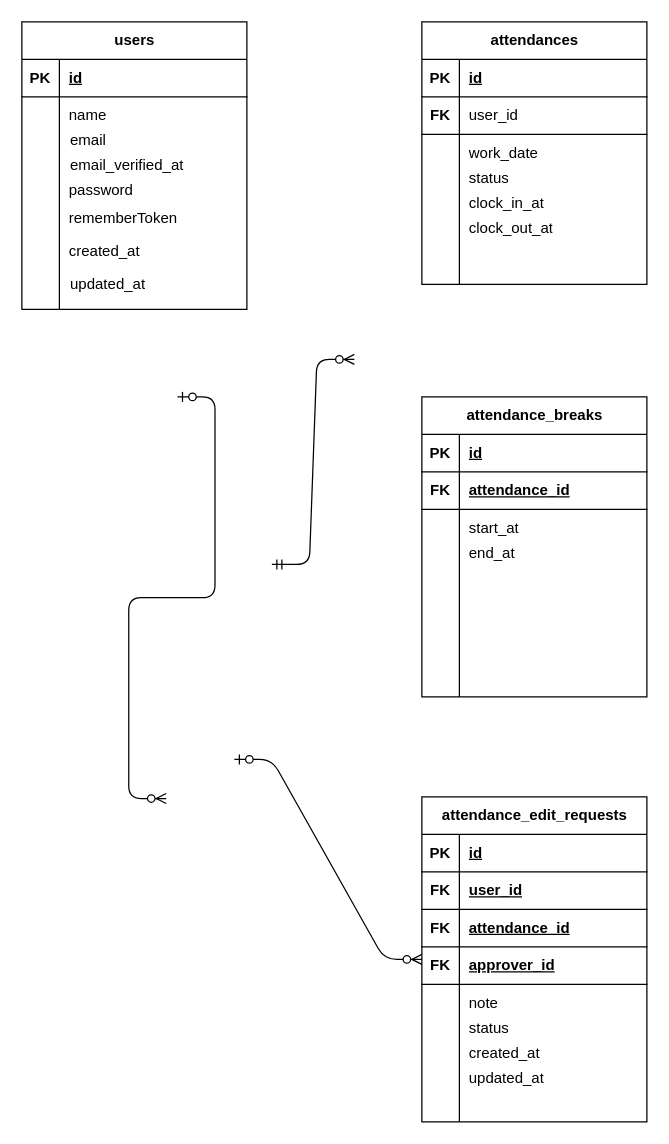
Before: er.drawio in hmgit-git/mogi02, a draw.io diagram. Source tidied: cells renumbered, new cells numbered last; positions are measured from the earlier drawing's top-left corner, leaving out a move shared by most shapes. Both pictures are drawn from the tidied source at 125%, with x=0, y=0 at pixel (-234, 21).
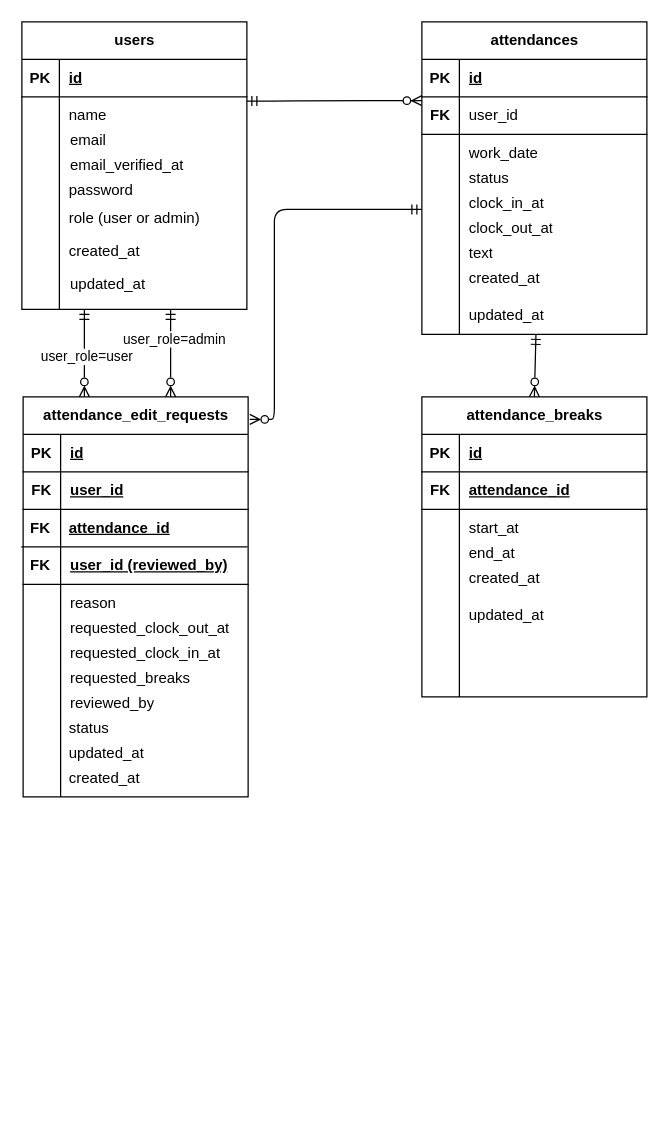
The same page after the edit.

The change refers to these unchanged cells:
```xml
<mxCell id="9" style="shape=tableRow;horizontal=0;startSize=0;swimlaneHead=0;swimlaneBody=0;fillColor=none;points=[[0,0.5],[1,0.5]];portConstraint=eastwest;top=0;left=0;right=0;bottom=0;" parent="5" vertex="1">
  <mxGeometry y="60" width="180" height="30" as="geometry" />
</mxCell>
```

Diff of the diagram source:
```diff
@@
-    <mxCell id="2" style="edgeStyle=entityRelationEdgeStyle;fontSize=12;html=1;endArrow=ERzeroToMany;startArrow=ERmandOne;entryX=-0.022;entryY=0.284;entryDx=0;entryDy=0;entryPerimeter=0;exitX=1;exitY=0.725;exitDx=0;exitDy=0;exitPerimeter=0;startFill=0;" parent="1" edge="1">
+    <mxCell id="2" style="edgeStyle=entityRelationEdgeStyle;fontSize=12;html=1;endArrow=ERzeroToMany;startArrow=ERmandOne;entryX=-0.022;entryY=0.284;entryDx=0;entryDy=0;entryPerimeter=0;exitX=1;exitY=0.111;exitDx=0;exitDy=0;exitPerimeter=0;startFill=0;" parent="1" edge="1" source="9">
       <mxGeometry relative="1" as="geometry">
-        <mxPoint x="404" y="434" as="sourcePoint" />
-        <mxPoint x="470" y="270" as="targetPoint" />
+        <mxPoint x="524" y="63" as="targetPoint" />
         <Array as="points">
-          <mxPoint x="454" y="296" />
+          <mxPoint x="434" y="90" />
+          <mxPoint x="508" y="89" />
         </Array>
       </mxGeometry>
     </mxCell>
-    <mxCell id="3" style="edgeStyle=entityRelationEdgeStyle;fontSize=12;html=1;endArrow=ERzeroToMany;startArrow=ERzeroToOne;exitX=1.056;exitY=0.579;exitDx=0;exitDy=0;exitPerimeter=0;" parent="1" edge="1">
-      <mxGeometry relative="1" as="geometry">
-        <mxPoint x="328.5" y="300" as="sourcePoint" />
-        <mxPoint x="319.5" y="621.3" as="targetPoint" />
-        <Array as="points">
-          <mxPoint x="369.5" y="475" />
-          <mxPoint x="358.5" y="446.3" />
-          <mxPoint x="218.5" y="430" />
-          <mxPoint x="398.5" y="546.3" />
-          <mxPoint x="238.5" y="400" />
-        </Array>
-      </mxGeometry>
-    </mxCell>
-    <mxCell id="4" style="edgeStyle=entityRelationEdgeStyle;fontSize=12;html=1;endArrow=ERzeroToMany;startArrow=ERzeroToOne;exitX=0.957;exitY=1.007;exitDx=0;exitDy=0;exitPerimeter=0;" parent="1" edge="1" target="69">
+    <mxCell id="4" style="edgeStyle=orthogonalEdgeStyle;fontSize=12;html=1;endArrow=ERzeroToMany;startArrow=ERmandOne;exitX=-0.007;exitY=0.311;exitDx=0;exitDy=0;exitPerimeter=0;endFill=0;startFill=0;" parent="1" edge="1">
       <mxGeometry relative="1" as="geometry">
-        <mxPoint x="374" y="590" as="sourcePoint" />
+        <mxPoint x="524" y="150" as="sourcePoint" />
+        <mxPoint x="386.3" y="318" as="targetPoint" />
         <Array as="points">
-          <mxPoint x="150.7" y="694.4" />
-          <mxPoint x="139.7" y="665.7" />
-          <mxPoint x="-0.3" y="649.4" />
-          <mxPoint x="80.7" y="659.4" />
-          <mxPoint x="350.7" y="634.4" />
-          <mxPoint x="179.7" y="765.7" />
-          <mxPoint x="19.7" y="619.4" />
+          <mxPoint x="406" y="150" />
+          <mxPoint x="406" y="318" />
         </Array>
       </mxGeometry>
     </mxCell>
@@
     <mxCell id="18" value="attendances" style="shape=table;startSize=30;childLayout=tableLayout;rowLines=0;fontStyle=1;align=center;html=1;" parent="1" vertex="1">
-      <mxGeometry x="524" width="180" height="210" as="geometry" />
+      <mxGeometry x="524" width="180" height="250" as="geometry" />
     </mxCell>
@@
     <mxCell id="28" style="shape=tableRow;horizontal=0;startSize=0;swimlaneHead=0;swimlaneBody=0;fillColor=none;points=[[0,0.5],[1,0.5]];portConstraint=eastwest;top=0;left=0;right=0;bottom=0;" parent="18" vertex="1">
-      <mxGeometry y="120" width="180" height="90" as="geometry" />
+      <mxGeometry y="120" width="180" height="130" as="geometry" />
     </mxCell>
     <mxCell id="29" style="shape=partialRectangle;fillColor=none;top=0;left=0;bottom=0;right=0;overflow=hidden;whiteSpace=wrap;html=1;" parent="28" vertex="1">
-      <mxGeometry width="30" height="90" as="geometry" />
+      <mxGeometry width="30" height="130" as="geometry" />
     </mxCell>
     <mxCell id="30" style="shape=partialRectangle;fillColor=none;top=0;left=0;bottom=0;right=0;align=left;spacingLeft=6;overflow=hidden;whiteSpace=wrap;html=1;" parent="28" vertex="1">
-      <mxGeometry x="30" width="150" height="90" as="geometry" />
+      <mxGeometry x="30" width="150" height="130" as="geometry" />
     </mxCell>
@@
-    <mxCell id="50" style="shape=partialRectangle;fillColor=none;top=0;left=0;bottom=0;right=0;align=left;spacingLeft=6;overflow=hidden;whiteSpace=wrap;html=1;" parent="1" vertex="1">
+    <mxCell id="50" value="text" style="shape=partialRectangle;fillColor=none;top=0;left=0;bottom=0;right=0;align=left;spacingLeft=6;overflow=hidden;whiteSpace=wrap;html=1;" parent="1" vertex="1">
       <mxGeometry x="554" y="170" width="150" height="30" as="geometry" />
     </mxCell>
-    <mxCell id="51" value="rememberToken" style="shape=partialRectangle;fillColor=none;top=0;left=0;bottom=0;right=0;align=left;spacingLeft=6;overflow=hidden;whiteSpace=wrap;html=1;" parent="1" vertex="1">
+    <mxCell id="51" value="role (user or admin)" style="shape=partialRectangle;fillColor=none;top=0;left=0;bottom=0;right=0;align=left;spacingLeft=6;overflow=hidden;whiteSpace=wrap;html=1;" parent="1" vertex="1">
       <mxGeometry x="234" y="137" width="150" height="40" as="geometry" />
     </mxCell>
@@
     <mxCell id="69" value="attendance_edit_requests" style="shape=table;startSize=30;childLayout=tableLayout;rowLines=0;fontStyle=1;align=center;html=1;" parent="1" vertex="1">
-      <mxGeometry x="524" y="620" width="180" height="260" as="geometry" />
+      <mxGeometry x="205" y="300" width="180" height="320" as="geometry" />
     </mxCell>
@@
     <mxCell id="79" style="shape=tableRow;horizontal=0;startSize=0;swimlaneHead=0;swimlaneBody=0;fillColor=none;top=0;left=0;right=0;bottom=0;" parent="69" vertex="1">
-      <mxGeometry y="120" width="180" height="140" as="geometry" />
+      <mxGeometry y="120" width="180" height="200" as="geometry" />
     </mxCell>
     <mxCell id="80" style="shape=partialRectangle;fillColor=none;top=0;left=0;bottom=0;right=0;overflow=hidden;whiteSpace=wrap;html=1;" parent="79" vertex="1">
-      <mxGeometry width="30" height="140" as="geometry" />
+      <mxGeometry width="30" height="200" as="geometry" />
     </mxCell>
     <mxCell id="81" style="shape=partialRectangle;fillColor=none;top=0;left=0;bottom=0;right=0;align=left;spacingLeft=6;overflow=hidden;whiteSpace=wrap;html=1;" parent="79" vertex="1">
-      <mxGeometry x="30" width="150" height="140" as="geometry" />
+      <mxGeometry x="30" width="150" height="200" as="geometry" />
     </mxCell>
     <mxCell id="82" value="created_at" style="shape=partialRectangle;fillColor=none;top=0;left=0;bottom=0;right=0;align=left;spacingLeft=6;overflow=hidden;whiteSpace=wrap;html=1;" parent="1" vertex="1">
-      <mxGeometry x="554" y="810" width="150" height="30" as="geometry" />
+      <mxGeometry x="234" y="590" width="150" height="30" as="geometry" />
     </mxCell>
     <mxCell id="83" value="status" style="shape=partialRectangle;fillColor=none;top=0;left=0;bottom=0;right=0;align=left;spacingLeft=6;overflow=hidden;whiteSpace=wrap;html=1;" parent="1" vertex="1">
-      <mxGeometry x="554" y="790" width="150" height="30" as="geometry" />
+      <mxGeometry x="234" y="550" width="150" height="30" as="geometry" />
     </mxCell>
-    <mxCell id="84" value="note" style="shape=partialRectangle;fillColor=none;top=0;left=0;bottom=0;right=0;align=left;spacingLeft=6;overflow=hidden;whiteSpace=wrap;html=1;" parent="1" vertex="1">
-      <mxGeometry x="554" y="770" width="150" height="30" as="geometry" />
+    <mxCell id="84" value="reason" style="shape=partialRectangle;fillColor=none;top=0;left=0;bottom=0;right=0;align=left;spacingLeft=6;overflow=hidden;whiteSpace=wrap;html=1;" parent="1" vertex="1">
+      <mxGeometry x="235" y="450" width="150" height="30" as="geometry" />
     </mxCell>
     <mxCell id="85" style="shape=tableRow;horizontal=0;startSize=0;swimlaneHead=0;swimlaneBody=0;fillColor=none;top=0;left=0;right=0;bottom=1;" parent="1" vertex="1">
-      <mxGeometry x="524" y="680" width="180" height="30" as="geometry" />
+      <mxGeometry x="205" y="360" width="180" height="30" as="geometry" />
     </mxCell>
@@
-    <mxCell id="87" value="user_id" style="shape=partialRectangle;fillColor=none;top=0;left=0;bottom=0;right=0;align=left;spacingLeft=6;fontStyle=5;overflow=hidden;whiteSpace=wrap;html=1;" parent="85" vertex="1">
-      <mxGeometry x="30" width="150" height="30" as="geometry" />
-    </mxCell>
     <mxCell id="88" style="shape=tableRow;horizontal=0;startSize=0;swimlaneHead=0;swimlaneBody=0;fillColor=none;top=0;left=0;right=0;bottom=1;" parent="1" vertex="1">
-      <mxGeometry x="524" y="710" width="180" height="30" as="geometry" />
+      <mxGeometry x="204" y="390" width="180" height="30" as="geometry" />
     </mxCell>
@@
-    <mxCell id="90" value="attendance_id" style="shape=partialRectangle;fillColor=none;top=0;left=0;bottom=0;right=0;align=left;spacingLeft=6;fontStyle=5;overflow=hidden;whiteSpace=wrap;html=1;" parent="88" vertex="1">
-      <mxGeometry x="30" width="150" height="30" as="geometry" />
-    </mxCell>
     <mxCell id="91" style="shape=tableRow;horizontal=0;startSize=0;swimlaneHead=0;swimlaneBody=0;fillColor=none;top=0;left=0;right=0;bottom=1;" parent="1" vertex="1">
-      <mxGeometry x="524" y="740" width="180" height="30" as="geometry" />
+      <mxGeometry x="205" y="420" width="180" height="30" as="geometry" />
     </mxCell>
-    <mxCell id="92" value="FK" style="shape=partialRectangle;fillColor=none;top=0;left=0;bottom=0;right=0;fontStyle=1;overflow=hidden;whiteSpace=wrap;html=1;" parent="91" vertex="1">
-      <mxGeometry width="30" height="30" as="geometry" />
-    </mxCell>
-    <mxCell id="93" value="approver_id" style="shape=partialRectangle;fillColor=none;top=0;left=0;bottom=0;right=0;align=left;spacingLeft=6;fontStyle=5;overflow=hidden;whiteSpace=wrap;html=1;" parent="91" vertex="1">
+    <mxCell id="93" value="user_id (reviewed_by)" style="shape=partialRectangle;fillColor=none;top=0;left=0;bottom=0;right=0;align=left;spacingLeft=6;fontStyle=5;overflow=hidden;whiteSpace=wrap;html=1;" parent="91" vertex="1">
       <mxGeometry x="30" width="150" height="30" as="geometry" />
     </mxCell>
     <mxCell id="94" value="updated_at" style="shape=partialRectangle;fillColor=none;top=0;left=0;bottom=0;right=0;align=left;spacingLeft=6;overflow=hidden;whiteSpace=wrap;html=1;" parent="1" vertex="1">
-      <mxGeometry x="554" y="830" width="150" height="30" as="geometry" />
+      <mxGeometry x="234" y="570" width="150" height="30" as="geometry" />
     </mxCell>
+    <mxCell id="95" value="requested_clock_in_at" style="shape=partialRectangle;fillColor=none;top=0;left=0;bottom=0;right=0;align=left;spacingLeft=6;overflow=hidden;whiteSpace=wrap;html=1;" parent="1" vertex="1">
+      <mxGeometry x="235" y="490" width="150" height="30" as="geometry" />
+    </mxCell>
+    <mxCell id="96" value="requested_clock_out_at" style="shape=partialRectangle;fillColor=none;top=0;left=0;bottom=0;right=0;align=left;spacingLeft=6;overflow=hidden;whiteSpace=wrap;html=1;" parent="1" vertex="1">
+      <mxGeometry x="235" y="470" width="150" height="30" as="geometry" />
+    </mxCell>
+    <mxCell id="97" value="requested_breaks" style="shape=partialRectangle;fillColor=none;top=0;left=0;bottom=0;right=0;align=left;spacingLeft=6;overflow=hidden;whiteSpace=wrap;html=1;" parent="1" vertex="1">
+      <mxGeometry x="235" y="510" width="150" height="30" as="geometry" />
+    </mxCell>
+    <mxCell id="98" value="reviewed_by" style="shape=partialRectangle;fillColor=none;top=0;left=0;bottom=0;right=0;align=left;spacingLeft=6;overflow=hidden;whiteSpace=wrap;html=1;" parent="1" vertex="1">
+      <mxGeometry x="235" y="530" width="150" height="30" as="geometry" />
+    </mxCell>
+    <mxCell id="99" style="fontSize=12;html=1;endArrow=ERmandOne;endFill=0;startArrow=ERzeroToMany;startFill=0;entryX=0.507;entryY=1;entryDx=0;entryDy=0;entryPerimeter=0;" parent="1" edge="1" target="28">
+      <mxGeometry relative="1" as="geometry">
+        <mxPoint x="614" y="300" as="sourcePoint" />
+      </mxGeometry>
+    </mxCell>
+    <mxCell id="87" value="user_id" style="shape=partialRectangle;fillColor=none;top=0;left=0;bottom=0;right=0;align=left;spacingLeft=6;fontStyle=5;overflow=hidden;whiteSpace=wrap;html=1;" parent="1" vertex="1">
+      <mxGeometry x="235" y="360" width="150" height="30" as="geometry" />
+    </mxCell>
+    <mxCell id="90" value="attendance_id" style="shape=partialRectangle;fillColor=none;top=0;left=0;bottom=0;right=0;align=left;spacingLeft=6;fontStyle=5;overflow=hidden;whiteSpace=wrap;html=1;" parent="1" vertex="1">
+      <mxGeometry x="234" y="390" width="150" height="30" as="geometry" />
+    </mxCell>
+    <mxCell id="92" value="FK" style="shape=partialRectangle;fillColor=none;top=0;left=0;bottom=0;right=0;fontStyle=1;overflow=hidden;whiteSpace=wrap;html=1;" parent="1" vertex="1">
+      <mxGeometry x="204" y="420" width="30" height="30" as="geometry" />
+    </mxCell>
+    <mxCell id="100" style="fontSize=12;html=1;endArrow=ERmandOne;endFill=0;startArrow=ERzeroToMany;startFill=0;" parent="1" edge="1">
+      <mxGeometry relative="1" as="geometry">
+        <mxPoint x="254" y="300" as="sourcePoint" />
+        <mxPoint x="254" y="230" as="targetPoint" />
+      </mxGeometry>
+    </mxCell>
+    <mxCell id="101" value="user_role=user" style="edgeLabel;html=1;align=center;verticalAlign=middle;" parent="100" vertex="1">
+      <mxGeometry x="-0.07" y="-1" relative="1" as="geometry" />
+    </mxCell>
+    <mxCell id="102" style="fontSize=12;html=1;endArrow=ERmandOne;endFill=0;startArrow=ERzeroToMany;startFill=0;" parent="1" edge="1">
+      <mxGeometry relative="1" as="geometry">
+        <mxPoint x="323" y="300" as="sourcePoint" />
+        <mxPoint x="323" y="230" as="targetPoint" />
+      </mxGeometry>
+    </mxCell>
+    <mxCell id="103" value="user_role=admin" style="edgeLabel;html=1;align=center;verticalAlign=middle;" parent="102" vertex="1">
+      <mxGeometry x="0.33" y="-2" relative="1" as="geometry" />
+    </mxCell>
+    <mxCell id="104" value="created_at" style="shape=partialRectangle;fillColor=none;top=0;left=0;bottom=0;right=0;align=left;spacingLeft=6;overflow=hidden;whiteSpace=wrap;html=1;" parent="1" vertex="1">
+      <mxGeometry x="554" y="190" width="150" height="30" as="geometry" />
+    </mxCell>
+    <mxCell id="105" value="updated_at" style="shape=partialRectangle;fillColor=none;top=0;left=0;bottom=0;right=0;align=left;spacingLeft=6;overflow=hidden;whiteSpace=wrap;html=1;" parent="1" vertex="1">
+      <mxGeometry x="554" y="220" width="150" height="30" as="geometry" />
+    </mxCell>
+    <mxCell id="106" value="created_at" style="shape=partialRectangle;fillColor=none;top=0;left=0;bottom=0;right=0;align=left;spacingLeft=6;overflow=hidden;whiteSpace=wrap;html=1;" parent="1" vertex="1">
+      <mxGeometry x="554" y="430" width="150" height="30" as="geometry" />
+    </mxCell>
+    <mxCell id="107" value="updated_at" style="shape=partialRectangle;fillColor=none;top=0;left=0;bottom=0;right=0;align=left;spacingLeft=6;overflow=hidden;whiteSpace=wrap;html=1;" parent="1" vertex="1">
+      <mxGeometry x="554" y="460" width="150" height="30" as="geometry" />
+    </mxCell>
```
